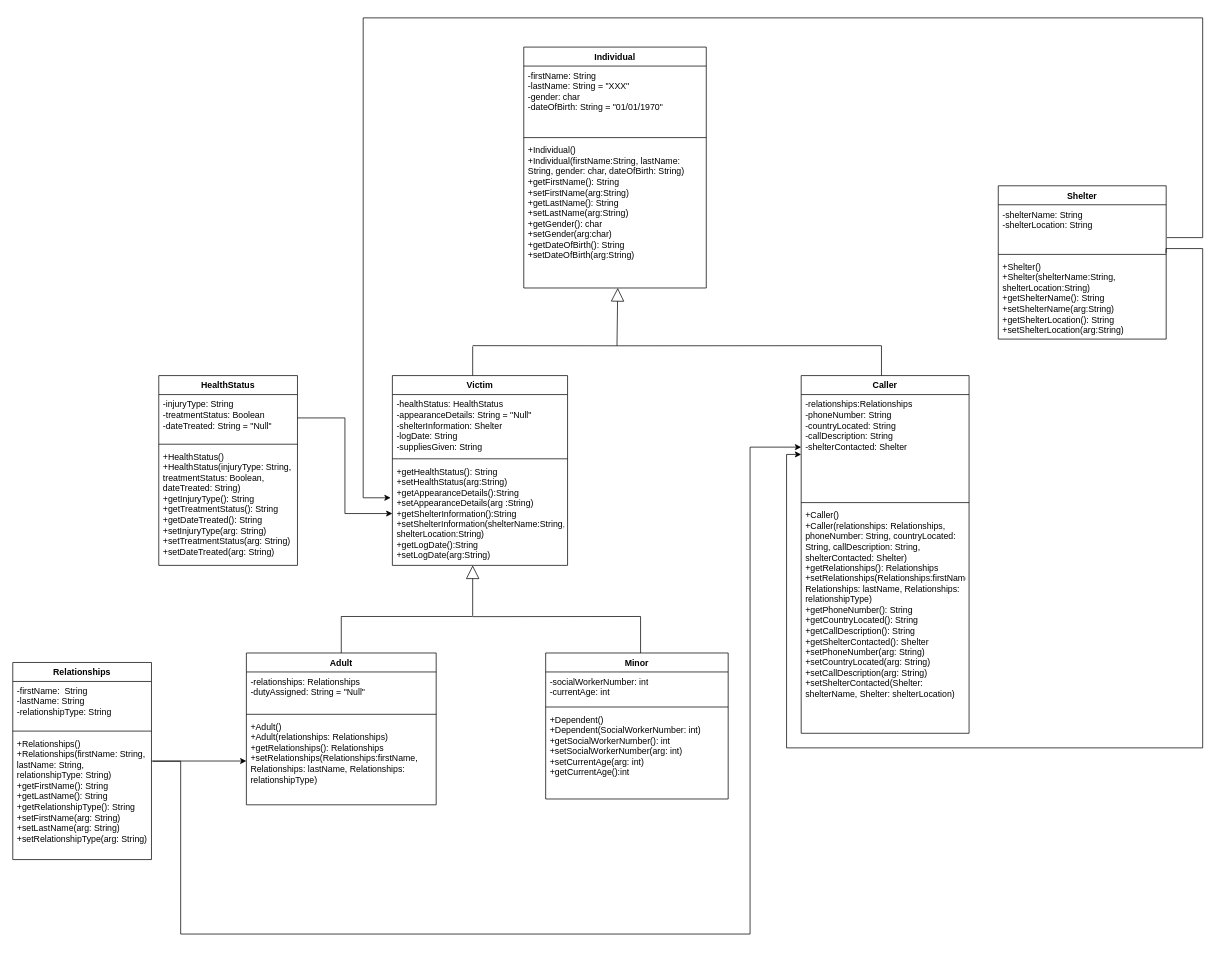
Above: 25.drawio in ENSF-380-Group-25/Project-1 (draw.io), before the change. Source tidied: cells renumbered, new cells numbered last; positions are measured from the earlier drawing's top-left corner, leaving out a move shared by most shapes. Both pictures are drawn from the tidied source at 73%, with x=0, y=0 at pixel (12, 18).
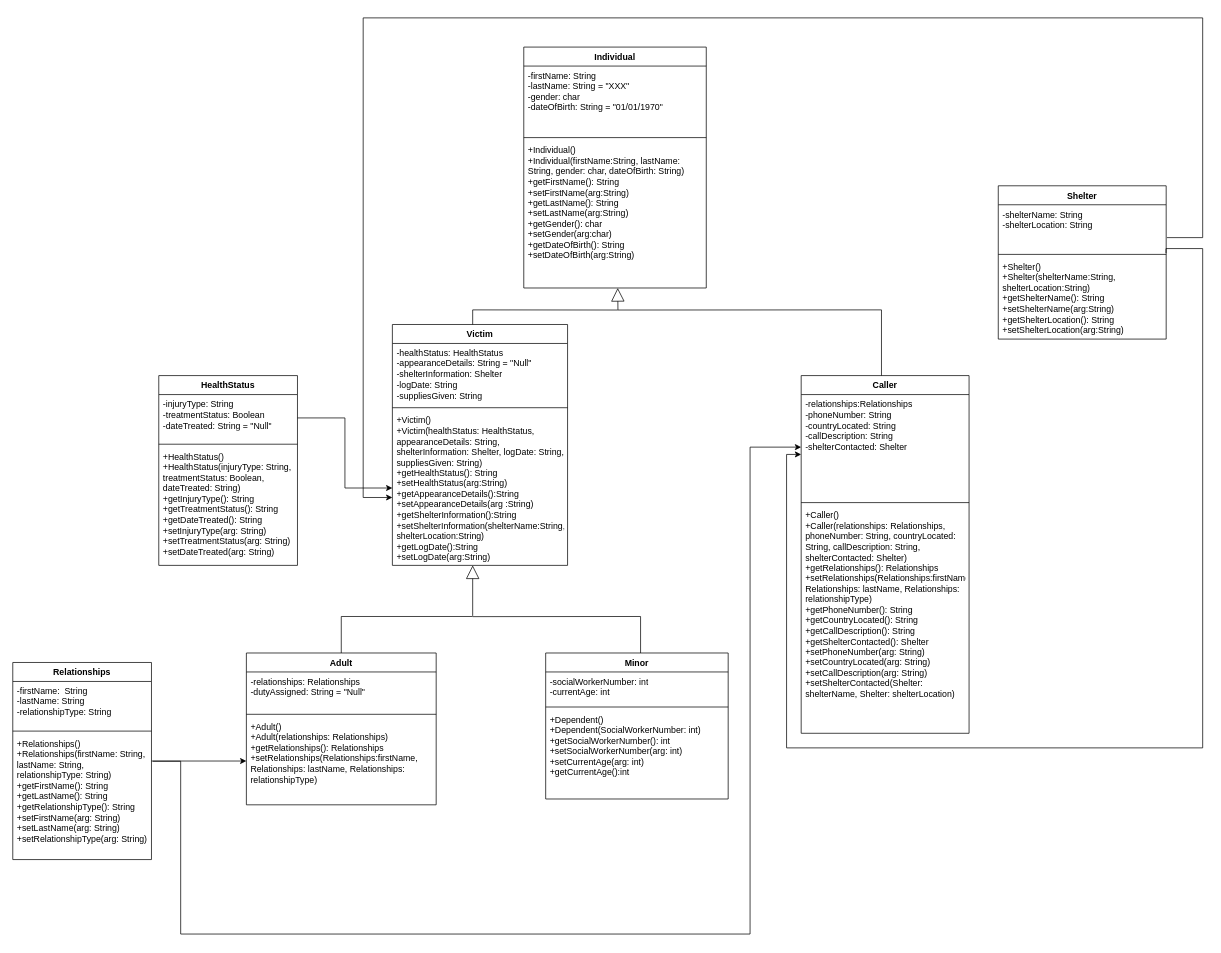
After the change.

Commit message:
added changes to victim subclass

Change to the diagram source:
```diff
@@
     <mxCell id="18" value="Victim" style="swimlane;fontStyle=1;align=center;verticalAlign=top;horizontal=1;startSize=26;whiteSpace=wrap;html=1;" parent="1" vertex="1">
-      <mxGeometry x="520" y="490" width="240" height="260" as="geometry" />
+      <mxGeometry x="520" y="420" width="240" height="330" as="geometry" />
     </mxCell>
@@
-    <mxCell id="21" value="+getHealthStatus(): String&lt;div&gt;+setHealthStatus(arg:String)&lt;/div&gt;&lt;div&gt;+getAppearanceDetails():String&lt;/div&gt;&lt;div&gt;+setAppearanceDetails(arg&amp;nbsp;&lt;span style=&quot;background-color: transparent; color: light-dark(rgb(0, 0, 0), rgb(255, 255, 255));&quot;&gt;:String&lt;/span&gt;&lt;span style=&quot;background-color: transparent; color: light-dark(rgb(0, 0, 0), rgb(255, 255, 255));&quot;&gt;)&lt;/span&gt;&lt;/div&gt;&lt;div&gt;+getShelterInformation():String&lt;/div&gt;&lt;div&gt;+setShelterInformation(shelterName:String, shelterLocation:String)&lt;/div&gt;&lt;div&gt;+getLogDate():String&lt;/div&gt;&lt;div&gt;+setLogDate(arg:String)&lt;/div&gt;&lt;div&gt;&lt;br&gt;&lt;/div&gt;" style="text;strokeColor=none;fillColor=none;align=left;verticalAlign=top;spacingLeft=4;spacingRight=4;overflow=hidden;points=[[0,0.5],[1,0.5]];portConstraint=eastwest;whiteSpace=wrap;html=1;" parent="18" vertex="1">
-      <mxGeometry y="118" width="240" height="142" as="geometry" />
+    <mxCell id="21" value="&lt;div&gt;+Victim()&lt;/div&gt;&lt;div&gt;+Victim(healthStatus: HealthStatus, appearanceDetails: String, shelterInformation: Shelter, logDate: String, suppliesGiven: String)&lt;/div&gt;+getHealthStatus(): String&lt;div&gt;+setHealthStatus(arg:String)&lt;/div&gt;&lt;div&gt;+getAppearanceDetails():String&lt;/div&gt;&lt;div&gt;+setAppearanceDetails(arg&amp;nbsp;&lt;span style=&quot;background-color: transparent; color: light-dark(rgb(0, 0, 0), rgb(255, 255, 255));&quot;&gt;:String&lt;/span&gt;&lt;span style=&quot;background-color: transparent; color: light-dark(rgb(0, 0, 0), rgb(255, 255, 255));&quot;&gt;)&lt;/span&gt;&lt;/div&gt;&lt;div&gt;+getShelterInformation():String&lt;/div&gt;&lt;div&gt;+setShelterInformation(shelterName:String, shelterLocation:String)&lt;/div&gt;&lt;div&gt;+getLogDate():String&lt;/div&gt;&lt;div&gt;+setLogDate(arg:String)&lt;/div&gt;&lt;div&gt;&lt;br&gt;&lt;/div&gt;" style="text;strokeColor=none;fillColor=none;align=left;verticalAlign=top;spacingLeft=4;spacingRight=4;overflow=hidden;points=[[0,0.5],[1,0.5]];portConstraint=eastwest;whiteSpace=wrap;html=1;" parent="18" vertex="1">
+      <mxGeometry y="118" width="240" height="212" as="geometry" />
     </mxCell>
@@
     <mxCell id="27" style="endArrow=block;endSize=16;endFill=0;html=1;rounded=0;" parent="1" edge="1">
       <mxGeometry relative="1" as="geometry">
-        <mxPoint x="827.7" y="449.2" as="sourcePoint" />
+        <mxPoint x="829" y="400" as="sourcePoint" />
         <mxPoint x="828.7" y="370" as="targetPoint" />
       </mxGeometry>
     </mxCell>
     <mxCell id="28" style="endArrow=none;html=1;rounded=0;" parent="1" edge="1">
       <mxGeometry relative="1" as="geometry">
-        <mxPoint x="828.7" y="449.2" as="sourcePoint" />
-        <mxPoint x="630" y="449" as="targetPoint" />
+        <mxPoint x="828.7" y="400.2" as="sourcePoint" />
+        <mxPoint x="630" y="400" as="targetPoint" />
       </mxGeometry>
     </mxCell>
     <mxCell id="29" style="endArrow=none;html=1;rounded=0;" parent="1" edge="1">
       <mxGeometry relative="1" as="geometry">
-        <mxPoint x="1190" y="449" as="sourcePoint" />
-        <mxPoint x="828.7" y="449.2" as="targetPoint" />
+        <mxPoint x="1190" y="400" as="sourcePoint" />
+        <mxPoint x="828.7" y="400.2" as="targetPoint" />
       </mxGeometry>
     </mxCell>
-    <mxCell id="30" style="endArrow=none;html=1;rounded=0;exitX=0.5;exitY=0;exitDx=0;exitDy=0;" parent="1" edge="1">
+    <mxCell id="30" style="endArrow=none;html=1;rounded=0;" parent="1" edge="1">
       <mxGeometry relative="1" as="geometry">
-        <mxPoint x="630" y="489.8" as="sourcePoint" />
-        <mxPoint x="630" y="450" as="targetPoint" />
+        <mxPoint x="630" y="420" as="sourcePoint" />
+        <mxPoint x="630" y="400" as="targetPoint" />
       </mxGeometry>
     </mxCell>
     <mxCell id="31" style="endArrow=none;html=1;rounded=0;" parent="1" edge="1">
       <mxGeometry relative="1" as="geometry">
         <mxPoint x="1190" y="490" as="sourcePoint" />
-        <mxPoint x="1190" y="449.2" as="targetPoint" />
+        <mxPoint x="1190" y="400" as="targetPoint" />
       </mxGeometry>
     </mxCell>
@@
-    <mxCell id="48" style="edgeStyle=orthogonalEdgeStyle;rounded=0;jettySize=auto;html=1;exitX=1.005;exitY=0.855;exitDx=0;exitDy=0;exitPerimeter=0;entryX=-0.01;entryY=0.348;entryDx=0;entryDy=0;entryPerimeter=0;" parent="1" edge="1" target="21">
+    <mxCell id="48" style="edgeStyle=orthogonalEdgeStyle;rounded=0;orthogonalLoop=1;jettySize=auto;html=1;exitX=1.005;exitY=0.855;exitDx=0;exitDy=0;exitPerimeter=0;" parent="1" edge="1">
       <mxGeometry relative="1" as="geometry">
         <mxPoint x="1581" y="301" as="sourcePoint" />
+        <mxPoint x="520" y="657" as="targetPoint" />
         <Array as="points">
           <mxPoint x="1630" y="301" />
           <mxPoint x="1630" />
           <mxPoint x="480" />
           <mxPoint x="480" y="657" />
         </Array>
       </mxGeometry>
     </mxCell>
```
